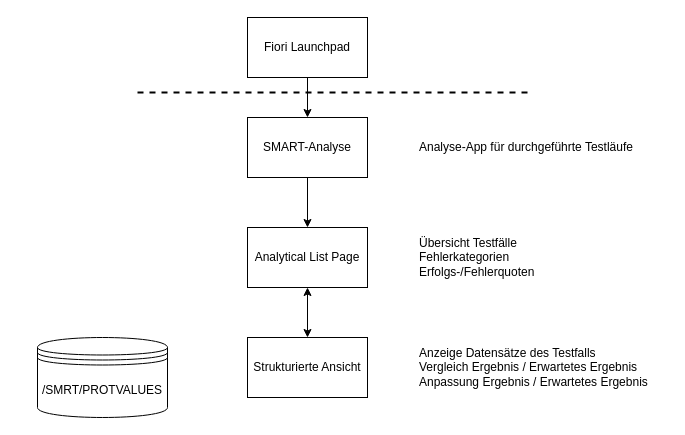
Raaphaaa/UI5-Playground keeps this draw.io diagram as Strukturierte Ansicht Komponentenübersicht.drawio. Above is the earlier version. Source tidied: cells renumbered, new cells numbered last; positions are measured from the earlier drawing's top-left corner, leaving out a move shared by most shapes. Both pictures are drawn from the tidied source at 100%, with x=0, y=0 at pixel (37, 17).
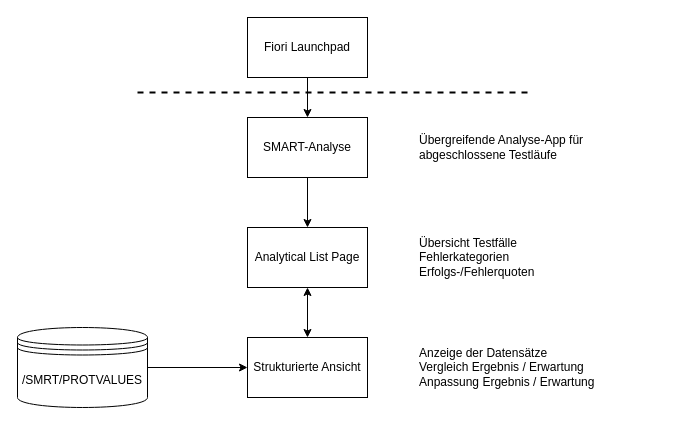
After the change.

What changed in the source:
```diff
@@
 <mxGraphModel>
   <root>
     <mxCell id="0" />
     <mxCell id="1" parent="0" />
     <mxCell id="2" style="edgeStyle=orthogonalEdgeStyle;rounded=0;jettySize=auto;html=1;" parent="1" edge="1" source="3" target="5">
       <mxGeometry relative="1" as="geometry" />
     </mxCell>
     <mxCell id="3" value="Fiori Launchpad" style="rounded=0;whiteSpace=wrap;html=1;" parent="1" vertex="1">
       <mxGeometry x="210" width="120" height="60" as="geometry" />
     </mxCell>
     <mxCell id="4" style="edgeStyle=orthogonalEdgeStyle;rounded=0;jettySize=auto;html=1;" parent="1" edge="1" source="5" target="7">
       <mxGeometry relative="1" as="geometry" />
     </mxCell>
     <mxCell id="5" value="SMART-Analyse" style="rounded=0;whiteSpace=wrap;html=1;" parent="1" vertex="1">
       <mxGeometry x="210" y="100" width="120" height="60" as="geometry" />
     </mxCell>
     <mxCell id="6" style="edgeStyle=orthogonalEdgeStyle;rounded=0;jettySize=auto;html=1;startArrow=classic;startFill=1;" parent="1" edge="1" source="7" target="8">
       <mxGeometry relative="1" as="geometry" />
     </mxCell>
     <mxCell id="7" value="Analytical List Page" style="rounded=0;whiteSpace=wrap;html=1;" parent="1" vertex="1">
       <mxGeometry x="210" y="210" width="120" height="60" as="geometry" />
     </mxCell>
     <mxCell id="8" value="Strukturierte Ansicht" style="rounded=0;whiteSpace=wrap;html=1;" parent="1" vertex="1">
       <mxGeometry x="210" y="320" width="120" height="60" as="geometry" />
     </mxCell>
-    <mxCell id="9" value="Analyse-App für durchgeführte Testläufe" style="text;html=1;whiteSpace=wrap;strokeColor=none;fillColor=none;align=left;verticalAlign=middle;rounded=0;" parent="1" vertex="1">
-      <mxGeometry x="380" y="100" width="250" height="60" as="geometry" />
+    <mxCell id="9" value="Übergreifende Analyse-App für abgeschlossene Testläufe" style="text;html=1;whiteSpace=wrap;strokeColor=none;fillColor=none;align=left;verticalAlign=middle;rounded=0;" parent="1" vertex="1">
+      <mxGeometry x="380" y="100" width="191" height="60" as="geometry" />
     </mxCell>
-    <mxCell id="10" value="Anzeige Datensätze des Testfalls&lt;div&gt;Vergleich Ergebnis / Erwartetes Ergebnis&lt;/div&gt;&lt;div&gt;Anpassung&amp;nbsp;&lt;span style=&quot;background-color: transparent; color: light-dark(rgb(0, 0, 0), rgb(255, 255, 255));&quot;&gt;Ergebnis / Erwartetes Ergebnis&lt;/span&gt;&lt;/div&gt;" style="text;html=1;whiteSpace=wrap;strokeColor=none;fillColor=none;align=left;verticalAlign=middle;rounded=0;" parent="1" vertex="1">
-      <mxGeometry x="380" y="320" width="250" height="60" as="geometry" />
+    <mxCell id="10" value="Anzeige der Datensätze&lt;div&gt;Vergleich Ergebnis / Erwartung&lt;/div&gt;&lt;div&gt;Anpassung&amp;nbsp;&lt;span style=&quot;background-color: transparent; color: light-dark(rgb(0, 0, 0), rgb(255, 255, 255));&quot;&gt;Ergebnis / Erwartung&lt;/span&gt;&lt;/div&gt;" style="text;html=1;whiteSpace=wrap;strokeColor=none;fillColor=none;align=left;verticalAlign=middle;rounded=0;" parent="1" vertex="1">
+      <mxGeometry x="380" y="320" width="191" height="60" as="geometry" />
     </mxCell>
     <mxCell id="11" value="Übersicht Testfälle&lt;div&gt;Fehlerkategorien&lt;/div&gt;&lt;div&gt;Erfolgs-/Fehlerquoten&lt;/div&gt;" style="text;html=1;whiteSpace=wrap;strokeColor=none;fillColor=none;align=left;verticalAlign=middle;rounded=0;" parent="1" vertex="1">
-      <mxGeometry x="380" y="210" width="250" height="60" as="geometry" />
+      <mxGeometry x="380" y="210" width="191" height="60" as="geometry" />
     </mxCell>
     <mxCell id="12" style="line;strokeWidth=2;html=1;dashed=1;" parent="1" vertex="1">
       <mxGeometry x="100" y="70" width="390" height="10" as="geometry" />
     </mxCell>
+    <mxCell id="14" style="edgeStyle=orthogonalEdgeStyle;rounded=0;jettySize=auto;html=1;" parent="1" edge="1" source="13" target="8">
+      <mxGeometry relative="1" as="geometry" />
+    </mxCell>
     <mxCell id="13" value="/SMRT/PROTVALUES" style="shape=datastore;whiteSpace=wrap;html=1;" parent="1" vertex="1">
-      <mxGeometry y="320" width="130" height="80" as="geometry" />
+      <mxGeometry x="-20" y="310" width="130" height="80" as="geometry" />
     </mxCell>
   </root>
 </mxGraphModel>
```
